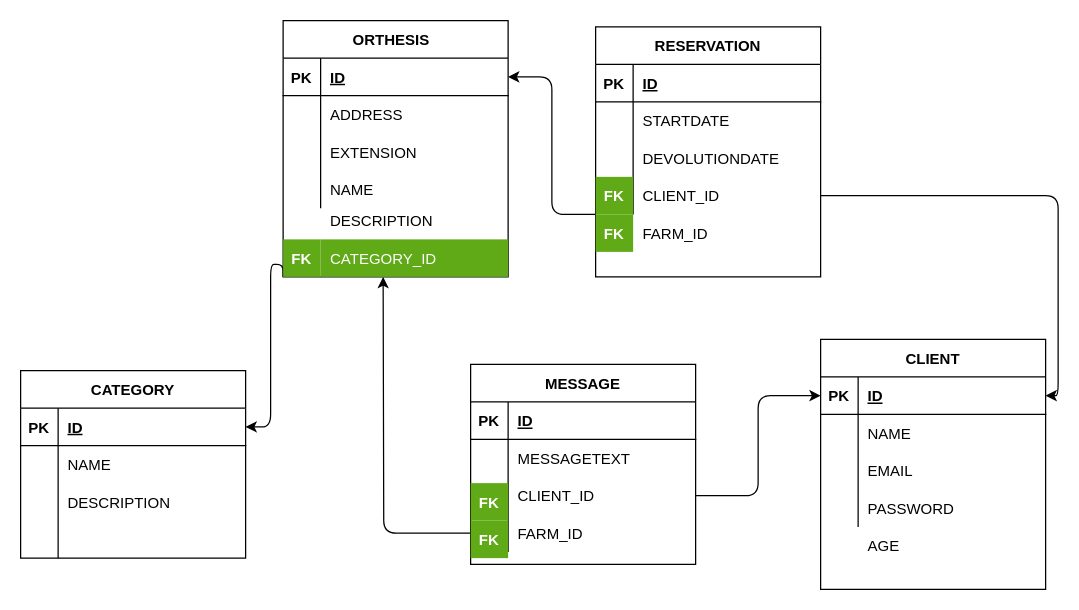
Earlier version of the draw.io diagram EstructuraDatos.drawio (thejuanex12/ciclo3-team7). Source tidied: cells renumbered, new cells numbered last; positions are measured from the earlier drawing's top-left corner, leaving out a move shared by most shapes. Both pictures are drawn from the tidied source at 125%, with x=0, y=0 at pixel (20, 20).
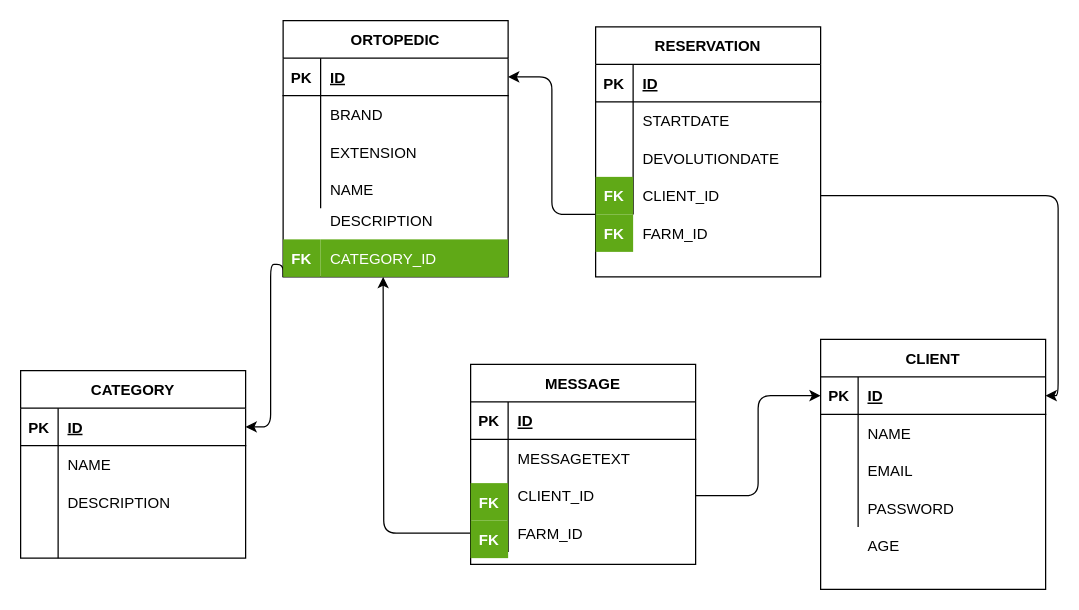
The same page after the edit.

Unchanged cells that the change refers to:
```xml
<mxCell id="20" style="shape=partialRectangle;fillColor=none;top=0;left=0;bottom=0;right=0;" parent="16" vertex="1">
  <mxGeometry y="60" width="180" height="30" as="geometry" />
</mxCell>
```

Diff of the diagram source:
```diff
@@
-    <mxCell id="16" value="ORTHESIS  " style="shape=table;startSize=30;childLayout=tableLayout;rowLines=0;fontStyle=1;align=center;" parent="1" vertex="1">
+    <mxCell id="16" value="ORTOPEDIC" style="shape=table;startSize=30;childLayout=tableLayout;rowLines=0;fontStyle=1;align=center;" parent="1" vertex="1">
       <mxGeometry x="210" width="180" height="205" as="geometry" />
     </mxCell>
@@
-    <mxCell id="22" value="ADDRESS" style="shape=partialRectangle;fillColor=none;top=0;left=0;bottom=0;right=0;align=left;spacingLeft=6;overflow=hidden;" parent="20" vertex="1">
+    <mxCell id="22" value="BRAND" style="shape=partialRectangle;fillColor=none;top=0;left=0;bottom=0;right=0;align=left;spacingLeft=6;overflow=hidden;" parent="20" vertex="1">
       <mxGeometry x="30" width="150" height="30" as="geometry" />
     </mxCell>
```
